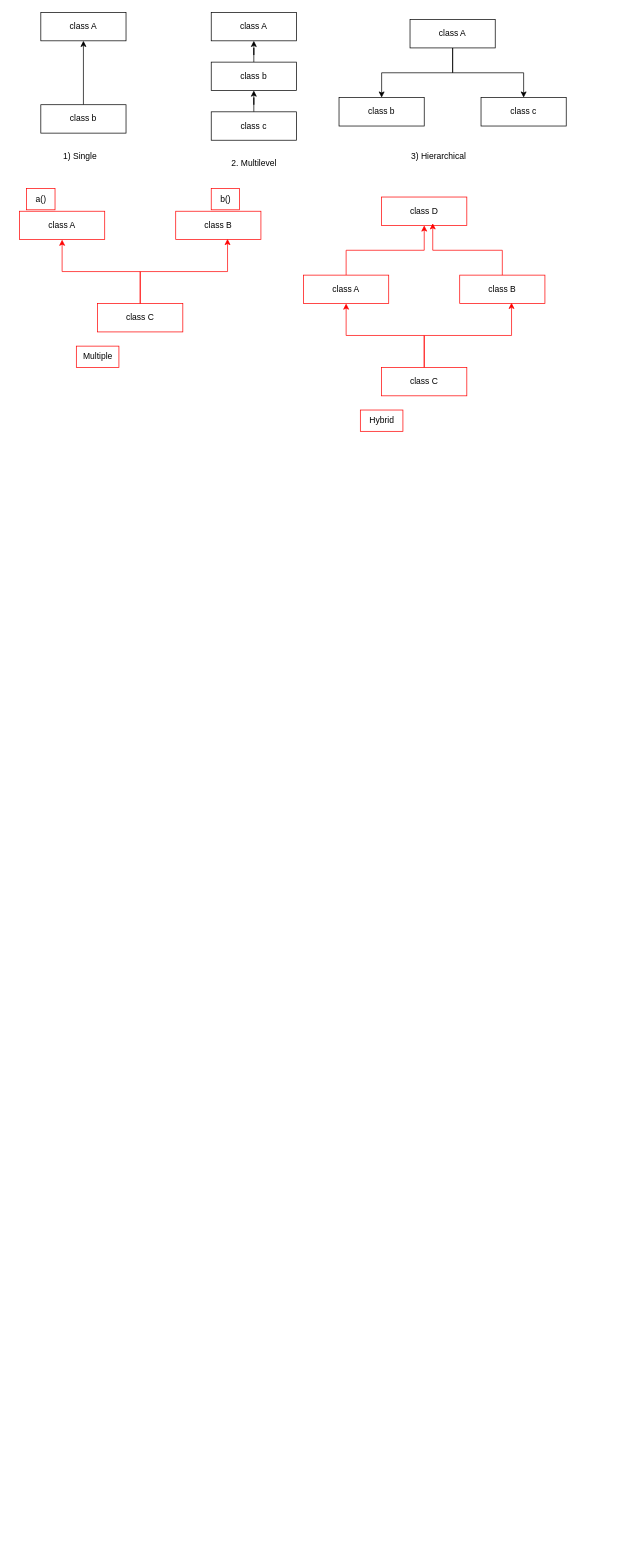
This is page "Java" (2 of 2) of draw_june2025.drawio from dhruvikp/JFSD_WE, a draw.io file, before an edit. Source tidied: cells renumbered, new cells numbered last; positions are measured from the earlier drawing's top-left corner, leaving out a move shared by most shapes. Both pictures are drawn from the tidied source at 71%, with x=0, y=0 at pixel (19, 12).
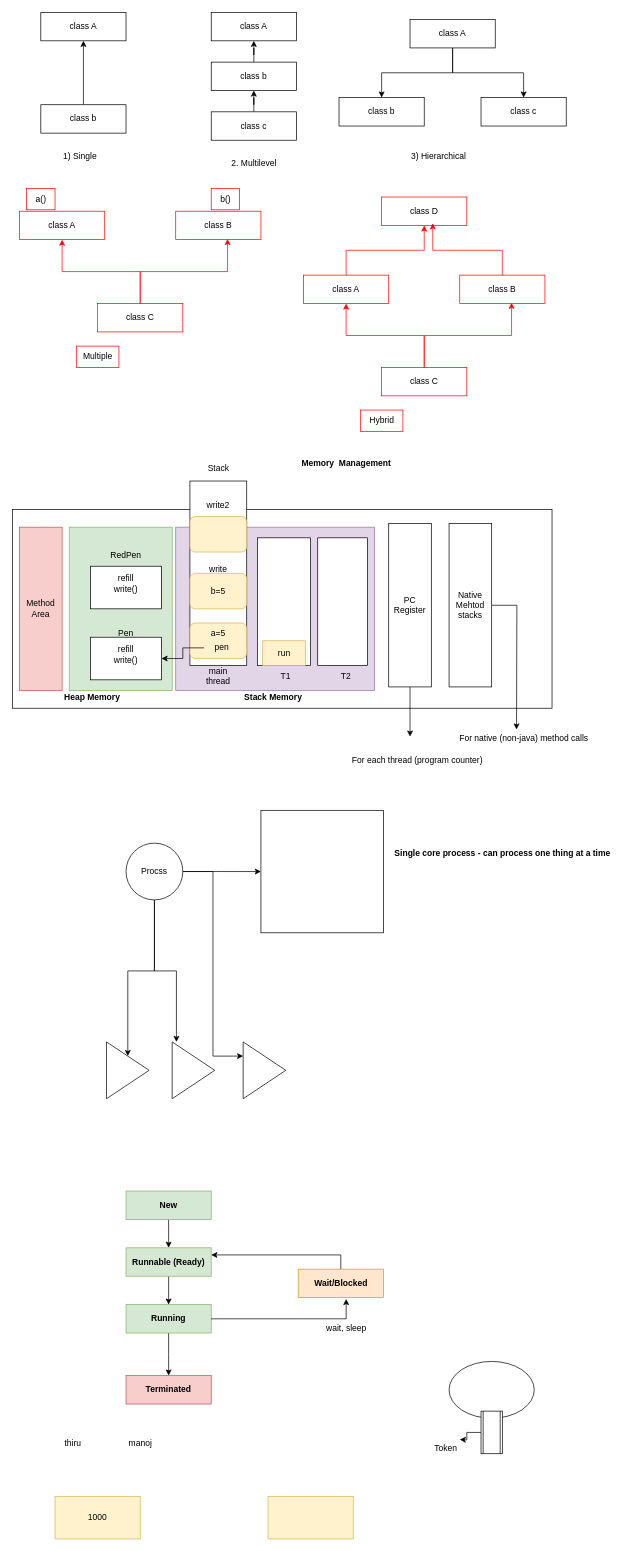
After the change.

The edit, as a diff of the source:
```diff
@@
+    <mxCell id="35" value="Memory&amp;nbsp; Management" style="text;html=1;align=center;verticalAlign=middle;strokeColor=none;fillColor=none;fontStyle=1;" parent="1" vertex="1">
+      <mxGeometry x="390" y="620" width="140" height="30" as="geometry" />
+    </mxCell>
+    <mxCell id="36" style="whiteSpace=wrap;html=1;" parent="1" vertex="1">
+      <mxGeometry x="-10" y="700" width="760" height="280" as="geometry" />
+    </mxCell>
+    <mxCell id="37" style="rounded=0;whiteSpace=wrap;html=1;fillColor=#d5e8d4;strokeColor=#82b366;" parent="1" vertex="1">
+      <mxGeometry x="70" y="725" width="145" height="230" as="geometry" />
+    </mxCell>
+    <mxCell id="38" style="rounded=0;whiteSpace=wrap;html=1;fillColor=#e1d5e7;strokeColor=#9673a6;" parent="1" vertex="1">
+      <mxGeometry x="220" y="725" width="280" height="230" as="geometry" />
+    </mxCell>
+    <mxCell id="39" value="Method&lt;div&gt;Area&lt;/div&gt;" style="rounded=0;whiteSpace=wrap;html=1;fillColor=#f8cecc;strokeColor=#b85450;" parent="1" vertex="1">
+      <mxGeometry y="725" width="60" height="230" as="geometry" />
+    </mxCell>
+    <mxCell id="40" style="edgeStyle=orthogonalEdgeStyle;rounded=0;jettySize=auto;html=1;" parent="1" edge="1" source="41">
+      <mxGeometry relative="1" as="geometry">
+        <mxPoint x="550" y="1020" as="targetPoint" />
+      </mxGeometry>
+    </mxCell>
+    <mxCell id="41" value="PC Register" style="rounded=0;whiteSpace=wrap;html=1;" parent="1" vertex="1">
+      <mxGeometry x="520" y="720" width="60" height="230" as="geometry" />
+    </mxCell>
+    <mxCell id="42" value="Heap Memory" style="text;html=1;align=center;verticalAlign=middle;whiteSpace=wrap;rounded=0;fontStyle=1;" parent="1" vertex="1">
+      <mxGeometry x="55" y="950" width="95" height="30" as="geometry" />
+    </mxCell>
+    <mxCell id="43" value="Stack Memory" style="text;html=1;align=center;verticalAlign=middle;whiteSpace=wrap;rounded=0;fontStyle=1;" parent="1" vertex="1">
+      <mxGeometry x="310" y="950" width="95" height="30" as="geometry" />
+    </mxCell>
+    <mxCell id="44" style="rounded=0;whiteSpace=wrap;html=1;" parent="1" vertex="1">
+      <mxGeometry x="100" y="880" width="100" height="60" as="geometry" />
+    </mxCell>
+    <mxCell id="45" value="Pen" style="text;html=1;align=center;verticalAlign=middle;whiteSpace=wrap;rounded=0;" parent="1" vertex="1">
+      <mxGeometry x="120" y="860" width="60" height="30" as="geometry" />
+    </mxCell>
+    <mxCell id="46" value="refill&lt;div&gt;write()&lt;/div&gt;" style="text;html=1;align=center;verticalAlign=middle;whiteSpace=wrap;rounded=0;" parent="1" vertex="1">
+      <mxGeometry x="120" y="890" width="60" height="30" as="geometry" />
+    </mxCell>
+    <mxCell id="47" style="rounded=0;whiteSpace=wrap;html=1;" parent="1" vertex="1">
+      <mxGeometry x="100" y="780" width="100" height="60" as="geometry" />
+    </mxCell>
+    <mxCell id="48" value="RedPen" style="text;html=1;align=center;verticalAlign=middle;whiteSpace=wrap;rounded=0;" parent="1" vertex="1">
+      <mxGeometry x="120" y="750" width="60" height="30" as="geometry" />
+    </mxCell>
+    <mxCell id="49" value="refill&lt;div&gt;write()&lt;/div&gt;" style="text;html=1;align=center;verticalAlign=middle;whiteSpace=wrap;rounded=0;" parent="1" vertex="1">
+      <mxGeometry x="120" y="790" width="60" height="30" as="geometry" />
+    </mxCell>
+    <mxCell id="50" style="rounded=0;whiteSpace=wrap;html=1;" parent="1" vertex="1">
+      <mxGeometry x="240" y="660" width="80" height="260" as="geometry" />
+    </mxCell>
+    <mxCell id="51" value="main thread" style="text;html=1;align=center;verticalAlign=middle;whiteSpace=wrap;rounded=0;" parent="1" vertex="1">
+      <mxGeometry x="250" y="920" width="60" height="30" as="geometry" />
+    </mxCell>
+    <mxCell id="52" style="rounded=1;whiteSpace=wrap;html=1;fillColor=#fff2cc;strokeColor=#d6b656;" parent="1" vertex="1">
+      <mxGeometry x="240" y="860" width="80" height="50" as="geometry" />
+    </mxCell>
+    <mxCell id="53" value="a=5" style="text;html=1;align=center;verticalAlign=middle;whiteSpace=wrap;rounded=0;" parent="1" vertex="1">
+      <mxGeometry x="250" y="860" width="60" height="30" as="geometry" />
+    </mxCell>
+    <mxCell id="54" style="edgeStyle=orthogonalEdgeStyle;rounded=0;jettySize=auto;html=1;entryX=1;entryY=0.5;entryDx=0;entryDy=0;" parent="1" edge="1" source="55" target="44">
+      <mxGeometry relative="1" as="geometry" />
+    </mxCell>
+    <mxCell id="55" value="pen" style="text;html=1;align=center;verticalAlign=middle;whiteSpace=wrap;rounded=0;" parent="1" vertex="1">
+      <mxGeometry x="260" y="880" width="50" height="30" as="geometry" />
+    </mxCell>
+    <mxCell id="56" value="b=5" style="rounded=1;whiteSpace=wrap;html=1;fillColor=#fff2cc;strokeColor=#d6b656;" parent="1" vertex="1">
+      <mxGeometry x="240" y="790" width="80" height="50" as="geometry" />
+    </mxCell>
+    <mxCell id="57" value="write" style="text;html=1;align=center;verticalAlign=middle;whiteSpace=wrap;rounded=0;" parent="1" vertex="1">
+      <mxGeometry x="250" y="770" width="60" height="30" as="geometry" />
+    </mxCell>
+    <mxCell id="58" style="rounded=1;whiteSpace=wrap;html=1;fillColor=#fff2cc;strokeColor=#d6b656;" parent="1" vertex="1">
+      <mxGeometry x="240" y="710" width="80" height="50" as="geometry" />
+    </mxCell>
+    <mxCell id="59" value="write2" style="text;html=1;align=center;verticalAlign=middle;whiteSpace=wrap;rounded=0;" parent="1" vertex="1">
+      <mxGeometry x="250" y="680" width="60" height="30" as="geometry" />
+    </mxCell>
+    <mxCell id="60" value="Stack" style="text;html=1;align=center;verticalAlign=middle;strokeColor=none;fillColor=none;" parent="1" vertex="1">
+      <mxGeometry x="255" y="628" width="50" height="30" as="geometry" />
+    </mxCell>
+    <mxCell id="61" value="For each thread (program counter)" style="text;html=1;align=center;verticalAlign=middle;strokeColor=none;fillColor=none;" parent="1" vertex="1">
+      <mxGeometry x="455" y="1038" width="210" height="30" as="geometry" />
+    </mxCell>
+    <mxCell id="62" style="edgeStyle=orthogonalEdgeStyle;rounded=0;jettySize=auto;html=1;" parent="1" edge="1" source="63">
+      <mxGeometry relative="1" as="geometry">
+        <mxPoint x="700" y="1010" as="targetPoint" />
+      </mxGeometry>
+    </mxCell>
+    <mxCell id="63" value="Native Mehtod stacks" style="rounded=0;whiteSpace=wrap;html=1;" parent="1" vertex="1">
+      <mxGeometry x="605" y="720" width="60" height="230" as="geometry" />
+    </mxCell>
+    <mxCell id="64" value="For native (non-java) method calls" style="text;html=1;align=center;verticalAlign=middle;strokeColor=none;fillColor=none;" parent="1" vertex="1">
+      <mxGeometry x="610" y="1008" width="200" height="30" as="geometry" />
+    </mxCell>
+    <mxCell id="65" style="edgeStyle=orthogonalEdgeStyle;rounded=0;jettySize=auto;html=1;entryX=0;entryY=0.5;entryDx=0;entryDy=0;" parent="1" edge="1" source="68" target="73">
+      <mxGeometry relative="1" as="geometry" />
+    </mxCell>
+    <mxCell id="66" style="edgeStyle=orthogonalEdgeStyle;rounded=0;jettySize=auto;html=1;" parent="1" edge="1" source="68" target="70">
+      <mxGeometry relative="1" as="geometry" />
+    </mxCell>
+    <mxCell id="67" style="edgeStyle=orthogonalEdgeStyle;rounded=0;jettySize=auto;html=1;entryX=0;entryY=0.25;entryDx=0;entryDy=0;" parent="1" edge="1" source="68" target="71">
+      <mxGeometry relative="1" as="geometry" />
+    </mxCell>
+    <mxCell id="68" value="Procss" style="ellipse;whiteSpace=wrap;html=1;" parent="1" vertex="1">
+      <mxGeometry x="150" y="1170" width="80" height="80" as="geometry" />
+    </mxCell>
+    <mxCell id="69" style="triangle;whiteSpace=wrap;html=1;" parent="1" vertex="1">
+      <mxGeometry x="215" y="1450" width="60" height="80" as="geometry" />
+    </mxCell>
+    <mxCell id="70" style="triangle;whiteSpace=wrap;html=1;" parent="1" vertex="1">
+      <mxGeometry x="122.5" y="1450" width="60" height="80" as="geometry" />
+    </mxCell>
+    <mxCell id="71" style="triangle;whiteSpace=wrap;html=1;" parent="1" vertex="1">
+      <mxGeometry x="315" y="1450" width="60" height="80" as="geometry" />
+    </mxCell>
+    <mxCell id="72" value="Single core process - can process one thing at a time" style="text;html=1;align=center;verticalAlign=middle;strokeColor=none;fillColor=none;fontStyle=1;" parent="1" vertex="1">
+      <mxGeometry x="525" y="1170" width="310" height="30" as="geometry" />
+    </mxCell>
+    <mxCell id="73" style="whiteSpace=wrap;html=1;" parent="1" vertex="1">
+      <mxGeometry x="340" y="1123.8" width="172.5" height="172.5" as="geometry" />
+    </mxCell>
+    <mxCell id="74" style="edgeStyle=orthogonalEdgeStyle;rounded=0;jettySize=auto;html=1;entryX=0.1;entryY=0;entryDx=0;entryDy=0;entryPerimeter=0;" parent="1" edge="1" source="68" target="69">
+      <mxGeometry relative="1" as="geometry" />
+    </mxCell>
+    <mxCell id="75" style="rounded=0;whiteSpace=wrap;html=1;" parent="1" vertex="1">
+      <mxGeometry x="335" y="740" width="75" height="180" as="geometry" />
+    </mxCell>
+    <mxCell id="76" value="T1" style="text;html=1;align=center;verticalAlign=middle;whiteSpace=wrap;rounded=0;" parent="1" vertex="1">
+      <mxGeometry x="345" y="920" width="60" height="30" as="geometry" />
+    </mxCell>
+    <mxCell id="77" style="rounded=0;whiteSpace=wrap;html=1;" parent="1" vertex="1">
+      <mxGeometry x="420" y="740" width="70" height="180" as="geometry" />
+    </mxCell>
+    <mxCell id="78" value="T2" style="text;html=1;align=center;verticalAlign=middle;whiteSpace=wrap;rounded=0;" parent="1" vertex="1">
+      <mxGeometry x="430" y="920" width="60" height="30" as="geometry" />
+    </mxCell>
+    <mxCell id="79" style="edgeStyle=orthogonalEdgeStyle;rounded=0;jettySize=auto;html=1;entryX=0.5;entryY=0;entryDx=0;entryDy=0;" parent="1" edge="1" source="80" target="82">
+      <mxGeometry relative="1" as="geometry" />
+    </mxCell>
+    <mxCell id="80" value="New" style="whiteSpace=wrap;html=1;fillColor=#d5e8d4;strokeColor=#82b366;fontStyle=1;" parent="1" vertex="1">
+      <mxGeometry x="150" y="1660" width="120" height="40" as="geometry" />
+    </mxCell>
+    <mxCell id="81" style="edgeStyle=orthogonalEdgeStyle;rounded=0;jettySize=auto;html=1;entryX=0.5;entryY=0;entryDx=0;entryDy=0;" parent="1" edge="1" source="82" target="84">
+      <mxGeometry relative="1" as="geometry" />
+    </mxCell>
+    <mxCell id="82" value="Runnable (Ready)" style="whiteSpace=wrap;html=1;fillColor=#d5e8d4;strokeColor=#82b366;fontStyle=1;" parent="1" vertex="1">
+      <mxGeometry x="150" y="1740" width="120" height="40" as="geometry" />
+    </mxCell>
+    <mxCell id="83" style="edgeStyle=orthogonalEdgeStyle;rounded=0;jettySize=auto;html=1;" parent="1" edge="1" source="84">
+      <mxGeometry relative="1" as="geometry">
+        <mxPoint x="210" y="1920" as="targetPoint" />
+      </mxGeometry>
+    </mxCell>
+    <mxCell id="84" value="Running" style="whiteSpace=wrap;html=1;fillColor=#d5e8d4;strokeColor=#82b366;fontStyle=1;" parent="1" vertex="1">
+      <mxGeometry x="150" y="1820" width="120" height="40" as="geometry" />
+    </mxCell>
+    <mxCell id="85" style="edgeStyle=orthogonalEdgeStyle;rounded=0;jettySize=auto;html=1;entryX=1;entryY=0.25;entryDx=0;entryDy=0;" parent="1" edge="1" source="86" target="82">
+      <mxGeometry relative="1" as="geometry">
+        <Array as="points">
+          <mxPoint x="453" y="1750" />
+        </Array>
+      </mxGeometry>
+    </mxCell>
+    <mxCell id="86" value="Wait/Blocked" style="whiteSpace=wrap;html=1;fillColor=#ffe6cc;strokeColor=#d79b00;fontStyle=1;" parent="1" vertex="1">
+      <mxGeometry x="392.5" y="1770" width="120" height="40" as="geometry" />
+    </mxCell>
+    <mxCell id="87" style="edgeStyle=orthogonalEdgeStyle;rounded=0;jettySize=auto;html=1;entryX=0.563;entryY=1.05;entryDx=0;entryDy=0;entryPerimeter=0;" parent="1" edge="1" source="84" target="86">
+      <mxGeometry relative="1" as="geometry" />
+    </mxCell>
+    <mxCell id="88" value="wait, sleep" style="text;html=1;align=center;verticalAlign=middle;strokeColor=none;fillColor=none;" parent="1" vertex="1">
+      <mxGeometry x="420" y="1838" width="80" height="30" as="geometry" />
+    </mxCell>
+    <mxCell id="89" value="Terminated" style="whiteSpace=wrap;html=1;fillColor=#f8cecc;strokeColor=#b85450;fontStyle=1;" parent="1" vertex="1">
+      <mxGeometry x="150" y="1920" width="120" height="40" as="geometry" />
+    </mxCell>
+    <mxCell id="90" value="run" style="rounded=0;whiteSpace=wrap;html=1;fillColor=#fff2cc;strokeColor=#d6b656;" parent="1" vertex="1">
+      <mxGeometry x="342.5" y="885" width="60" height="35" as="geometry" />
+    </mxCell>
+    <mxCell id="91" value="1000" style="rounded=0;whiteSpace=wrap;html=1;fillColor=#fff2cc;strokeColor=#d6b656;" parent="1" vertex="1">
+      <mxGeometry x="50" y="2090" width="120" height="60" as="geometry" />
+    </mxCell>
+    <mxCell id="92" style="rounded=0;whiteSpace=wrap;html=1;fillColor=#fff2cc;strokeColor=#d6b656;" parent="1" vertex="1">
+      <mxGeometry x="350" y="2090" width="120" height="60" as="geometry" />
+    </mxCell>
+    <mxCell id="93" value="thiru" style="text;html=1;align=center;verticalAlign=middle;strokeColor=none;fillColor=none;" parent="1" vertex="1">
+      <mxGeometry x="50" y="2000" width="50" height="30" as="geometry" />
+    </mxCell>
+    <mxCell id="94" value="manoj" style="text;html=1;align=center;verticalAlign=middle;strokeColor=none;fillColor=none;" parent="1" vertex="1">
+      <mxGeometry x="140" y="2000" width="60" height="30" as="geometry" />
+    </mxCell>
+    <mxCell id="95" style="ellipse;whiteSpace=wrap;html=1;" parent="1" vertex="1">
+      <mxGeometry x="605" y="1900" width="120" height="80" as="geometry" />
+    </mxCell>
+    <mxCell id="96" style="edgeStyle=orthogonalEdgeStyle;rounded=0;jettySize=auto;html=1;" parent="1" edge="1" source="97">
+      <mxGeometry relative="1" as="geometry">
+        <mxPoint x="620" y="2010" as="targetPoint" />
+      </mxGeometry>
+    </mxCell>
+    <mxCell id="97" style="shape=process;whiteSpace=wrap;html=1;backgroundOutline=1;" parent="1" vertex="1">
+      <mxGeometry x="650" y="1970" width="30" height="60" as="geometry" />
+    </mxCell>
+    <mxCell id="98" value="Token" style="text;html=1;align=center;verticalAlign=middle;strokeColor=none;fillColor=none;" parent="1" vertex="1">
+      <mxGeometry x="570" y="2008" width="60" height="30" as="geometry" />
+    </mxCell>
```
